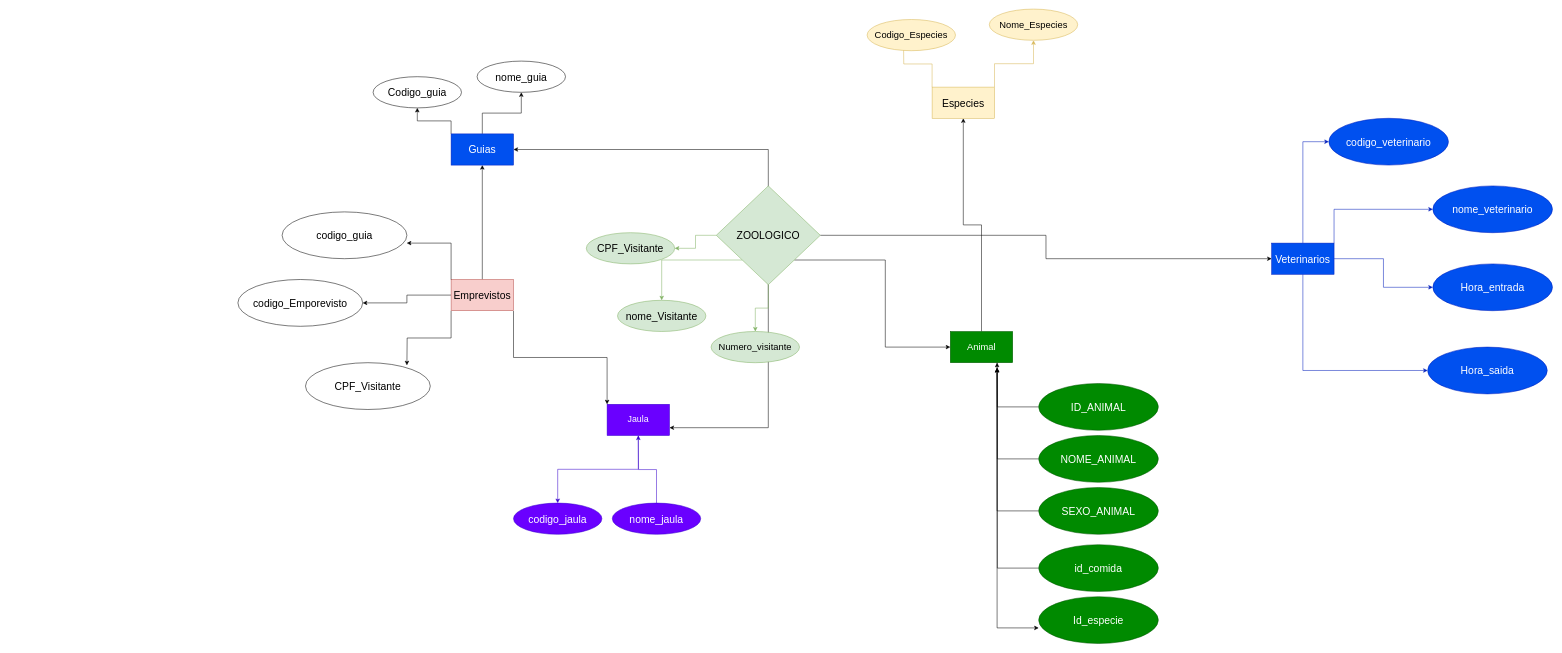
Earlier version of the draw.io diagram ENIAC-Portifolio.drawio (KaH3050/projeto-faculdade). Source tidied: cells renumbered, new cells numbered last; positions are measured from the earlier drawing's top-left corner, leaving out a move shared by most shapes. Both pictures are drawn from the tidied source at 52%, with x=0, y=0 at pixel (238, 9).
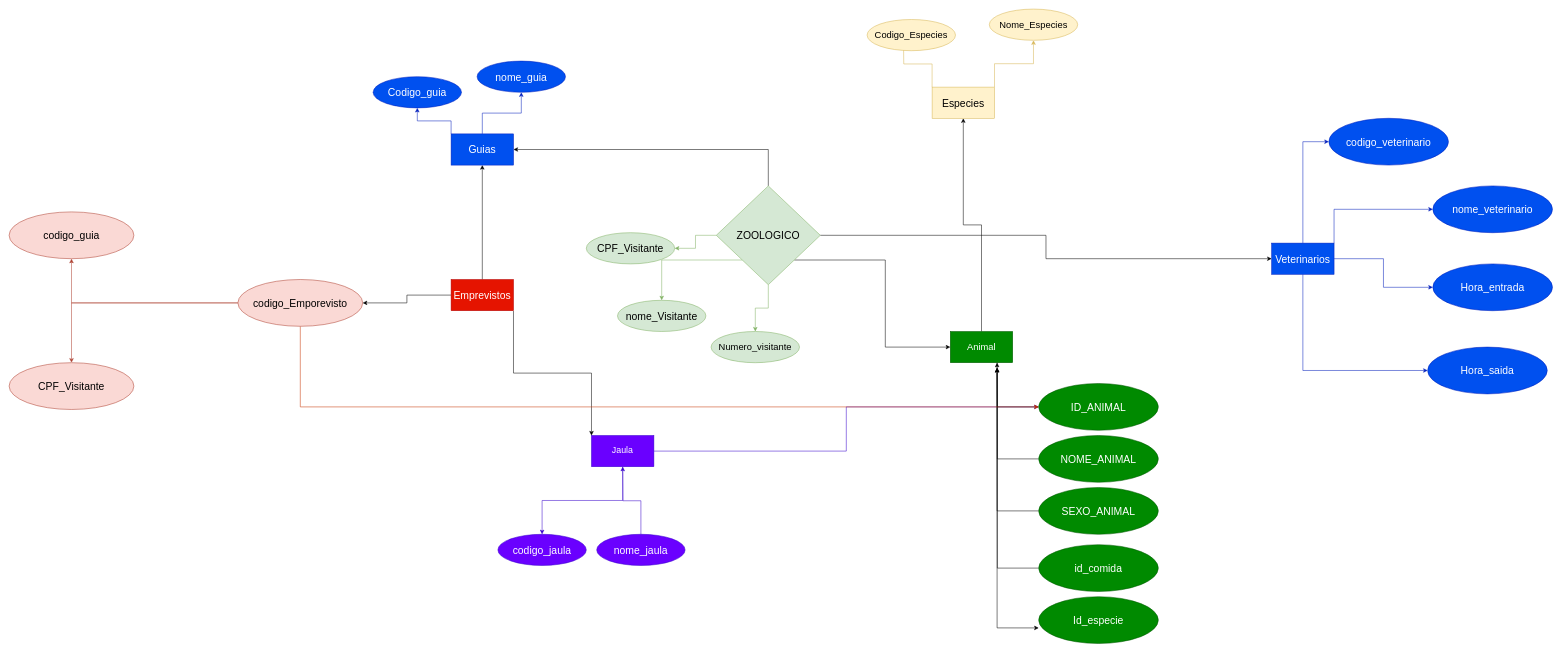
After the change.

The change refers to these unchanged cells:
```xml
<mxCell id="12" value="&lt;font style=&quot;font-size: 20px;&quot;&gt;ID_ANIMAL&lt;/font&gt;" style="ellipse;whiteSpace=wrap;html=1;fillColor=#008a00;fontColor=#ffffff;strokeColor=#005700;" parent="1" vertex="1">
  <mxGeometry x="1540" y="720" width="230" height="90" as="geometry" />
</mxCell>
<mxCell id="26" value="&lt;font style=&quot;font-size: 20px;&quot;&gt;Guias&lt;/font&gt;" style="whiteSpace=wrap;html=1;fillColor=#0050ef;fontColor=#ffffff;strokeColor=#001DBC;" parent="1" vertex="1">
  <mxGeometry x="410" y="240" width="120" height="60" as="geometry" />
</mxCell>
<mxCell id="54" value="&lt;font style=&quot;font-size: 20px;&quot;&gt;ZOOLOGICO&lt;/font&gt;" style="rhombus;whiteSpace=wrap;html=1;fillColor=#d5e8d4;strokeColor=#82b366;" parent="1" vertex="1">
  <mxGeometry x="920" y="340" width="200" height="190" as="geometry" />
</mxCell>
```

Diff of the diagram source:
```diff
@@
-    <mxCell id="4" style="edgeStyle=orthogonalEdgeStyle;rounded=0;jettySize=auto;html=1;exitX=0;exitY=1;exitDx=0;exitDy=0;entryX=1;entryY=0.5;entryDx=0;entryDy=0;" parent="1" edge="1" source="6">
-      <mxGeometry relative="1" as="geometry">
-        <mxPoint x="325" y="685" as="targetPoint" />
-      </mxGeometry>
-    </mxCell>
@@
-    <mxCell id="6" value="&lt;font style=&quot;font-size: 20px;&quot;&gt;Emprevistos&lt;/font&gt;" style="whiteSpace=wrap;html=1;fillColor=#f8cecc;strokeColor=#b85450;" parent="1" vertex="1">
+    <mxCell id="6" value="&lt;font style=&quot;font-size: 20px;&quot;&gt;Emprevistos&lt;/font&gt;" style="whiteSpace=wrap;html=1;fillColor=#e51400;strokeColor=#B20000;fontColor=#ffffff;" parent="1" vertex="1">
       <mxGeometry x="410" y="520" width="120" height="60" as="geometry" />
     </mxCell>
@@
+    <mxCell id="58" style="edgeStyle=orthogonalEdgeStyle;rounded=0;jettySize=auto;html=1;exitX=1;exitY=0.5;exitDx=0;exitDy=0;entryX=0;entryY=0.5;entryDx=0;entryDy=0;strokeColor=#3700CC;fontColor=#FEFAE0;fillColor=#6a00ff;" parent="1" edge="1" source="8" target="12">
+      <mxGeometry relative="1" as="geometry" />
+    </mxCell>
     <mxCell id="8" value="&lt;span style=&quot;font-size: 17px;&quot;&gt;Jaula&lt;/span&gt;" style="whiteSpace=wrap;html=1;fillColor=#6a00ff;fontColor=#ffffff;strokeColor=#3700CC;" parent="1" vertex="1">
-      <mxGeometry x="710" y="760" width="120" height="60" as="geometry" />
+      <mxGeometry x="680" y="820" width="120" height="60" as="geometry" />
     </mxCell>
@@
     <mxCell id="21" value="&lt;font style=&quot;font-size: 20px;&quot;&gt;codigo_jaula&lt;/font&gt;" style="ellipse;whiteSpace=wrap;html=1;fillColor=#6a00ff;fontColor=#ffffff;strokeColor=#3700CC;" parent="1" vertex="1">
-      <mxGeometry x="530" y="950" width="170" height="60" as="geometry" />
+      <mxGeometry x="500" y="1010" width="170" height="60" as="geometry" />
     </mxCell>
     <mxCell id="22" style="edgeStyle=orthogonalEdgeStyle;rounded=0;jettySize=auto;html=1;exitX=0.5;exitY=0;exitDx=0;exitDy=0;fillColor=#6a00ff;strokeColor=#3700CC;" parent="1" edge="1" source="23">
       <mxGeometry relative="1" as="geometry">
-        <mxPoint x="770" y="820" as="targetPoint" />
+        <mxPoint x="740" y="880" as="targetPoint" />
       </mxGeometry>
     </mxCell>
     <mxCell id="23" value="&lt;font style=&quot;font-size: 20px;&quot;&gt;nome_jaula&lt;/font&gt;" style="ellipse;whiteSpace=wrap;html=1;fillColor=#6a00ff;fontColor=#ffffff;strokeColor=#3700CC;" parent="1" vertex="1">
-      <mxGeometry x="720" y="950" width="170" height="60" as="geometry" />
+      <mxGeometry x="690" y="1010" width="170" height="60" as="geometry" />
     </mxCell>
-    <mxCell id="24" style="edgeStyle=orthogonalEdgeStyle;rounded=0;jettySize=auto;html=1;exitX=0.5;exitY=0;exitDx=0;exitDy=0;" parent="1" edge="1" source="26" target="28">
+    <mxCell id="24" style="edgeStyle=orthogonalEdgeStyle;rounded=0;jettySize=auto;html=1;exitX=0.5;exitY=0;exitDx=0;exitDy=0;fillColor=#0050ef;strokeColor=#001DBC;" parent="1" edge="1" source="26" target="28">
       <mxGeometry relative="1" as="geometry" />
     </mxCell>
-    <mxCell id="25" style="edgeStyle=orthogonalEdgeStyle;rounded=0;jettySize=auto;html=1;exitX=0;exitY=0;exitDx=0;exitDy=0;entryX=0.5;entryY=1;entryDx=0;entryDy=0;" parent="1" edge="1" source="26" target="27">
+    <mxCell id="25" style="edgeStyle=orthogonalEdgeStyle;rounded=0;jettySize=auto;html=1;exitX=0;exitY=0;exitDx=0;exitDy=0;entryX=0.5;entryY=1;entryDx=0;entryDy=0;fillColor=#0050ef;strokeColor=#001DBC;" parent="1" edge="1" source="26" target="27">
       <mxGeometry relative="1" as="geometry" />
     </mxCell>
@@
-    <mxCell id="27" value="&lt;span style=&quot;font-size: 20px;&quot;&gt;Codigo_guia&lt;/span&gt;" style="ellipse;whiteSpace=wrap;html=1;" parent="1" vertex="1">
+    <mxCell id="27" value="&lt;span style=&quot;font-size: 20px;&quot;&gt;Codigo_guia&lt;/span&gt;" style="ellipse;whiteSpace=wrap;html=1;fillColor=#0050ef;fontColor=#ffffff;strokeColor=#001DBC;" parent="1" vertex="1">
       <mxGeometry x="260" y="130" width="170" height="60" as="geometry" />
     </mxCell>
-    <mxCell id="28" value="&lt;font style=&quot;font-size: 20px;&quot;&gt;nome_guia&lt;/font&gt;" style="ellipse;whiteSpace=wrap;html=1;" parent="1" vertex="1">
+    <mxCell id="28" value="&lt;font style=&quot;font-size: 20px;&quot;&gt;nome_guia&lt;/font&gt;" style="ellipse;whiteSpace=wrap;html=1;fillColor=#0050ef;fontColor=#ffffff;strokeColor=#001DBC;" parent="1" vertex="1">
       <mxGeometry x="460" y="100" width="170" height="60" as="geometry" />
     </mxCell>
@@
+    <mxCell id="59" style="edgeStyle=orthogonalEdgeStyle;rounded=0;jettySize=auto;html=1;exitX=0;exitY=0.5;exitDx=0;exitDy=0;strokeColor=#ae4132;fontColor=#FEFAE0;fillColor=#fad9d5;" parent="1" edge="1" source="43" target="44">
+      <mxGeometry relative="1" as="geometry" />
+    </mxCell>
+    <mxCell id="60" style="edgeStyle=orthogonalEdgeStyle;rounded=0;jettySize=auto;html=1;exitX=0;exitY=0.5;exitDx=0;exitDy=0;entryX=0.5;entryY=1;entryDx=0;entryDy=0;strokeColor=#ae4132;fontColor=#FEFAE0;fillColor=#fad9d5;" parent="1" edge="1" source="43" target="45">
+      <mxGeometry relative="1" as="geometry" />
+    </mxCell>
+    <mxCell id="61" style="edgeStyle=orthogonalEdgeStyle;rounded=0;jettySize=auto;html=1;exitX=0.5;exitY=1;exitDx=0;exitDy=0;entryX=0;entryY=0.5;entryDx=0;entryDy=0;strokeColor=#C73500;fontColor=#FEFAE0;fillColor=#fa6800;" parent="1" edge="1" source="43" target="12">
+      <mxGeometry relative="1" as="geometry" />
+    </mxCell>
-    <mxCell id="43" value="&lt;font style=&quot;font-size: 20px;&quot;&gt;codigo_Emporevisto&lt;/font&gt;" style="ellipse;whiteSpace=wrap;html=1;" parent="1" vertex="1">
+    <mxCell id="43" value="&lt;font style=&quot;font-size: 20px;&quot;&gt;codigo_Emporevisto&lt;/font&gt;" style="ellipse;whiteSpace=wrap;html=1;fillColor=#fad9d5;strokeColor=#ae4132;" parent="1" vertex="1">
       <mxGeometry y="520" width="240" height="90" as="geometry" />
     </mxCell>
-    <mxCell id="44" value="&lt;span style=&quot;font-size: 20px;&quot;&gt;CPF_Visitante&lt;/span&gt;" style="ellipse;whiteSpace=wrap;html=1;" parent="1" vertex="1">
-      <mxGeometry x="130" y="680" width="240" height="90" as="geometry" />
+    <mxCell id="44" value="&lt;span style=&quot;font-size: 20px;&quot;&gt;CPF_Visitante&lt;/span&gt;" style="ellipse;whiteSpace=wrap;html=1;fillColor=#fad9d5;strokeColor=#ae4132;" parent="1" vertex="1">
+      <mxGeometry x="-440" y="680" width="240" height="90" as="geometry" />
     </mxCell>
-    <mxCell id="45" value="&lt;font style=&quot;font-size: 20px;&quot;&gt;codigo_guia&lt;/font&gt;" style="ellipse;whiteSpace=wrap;html=1;" parent="1" vertex="1">
-      <mxGeometry x="85" y="390" width="240" height="90" as="geometry" />
+    <mxCell id="45" value="&lt;font style=&quot;font-size: 20px;&quot;&gt;codigo_guia&lt;/font&gt;" style="ellipse;whiteSpace=wrap;html=1;fillColor=#fad9d5;strokeColor=#ae4132;" parent="1" vertex="1">
+      <mxGeometry x="-440" y="390" width="240" height="90" as="geometry" />
     </mxCell>
-    <mxCell id="46" style="edgeStyle=orthogonalEdgeStyle;rounded=0;jettySize=auto;html=1;exitX=0;exitY=0;exitDx=0;exitDy=0;entryX=0.999;entryY=0.667;entryDx=0;entryDy=0;entryPerimeter=0;" parent="1" edge="1" source="6" target="45">
-      <mxGeometry relative="1" as="geometry" />
-    </mxCell>
-    <mxCell id="47" style="edgeStyle=orthogonalEdgeStyle;rounded=0;jettySize=auto;html=1;exitX=0.5;exitY=0;exitDx=0;exitDy=0;entryX=1;entryY=0.75;entryDx=0;entryDy=0;" parent="1" edge="1" source="54" target="8">
-      <mxGeometry relative="1" as="geometry">
-        <Array as="points">
-          <mxPoint x="1020" y="805" />
-        </Array>
-      </mxGeometry>
-    </mxCell>
```
